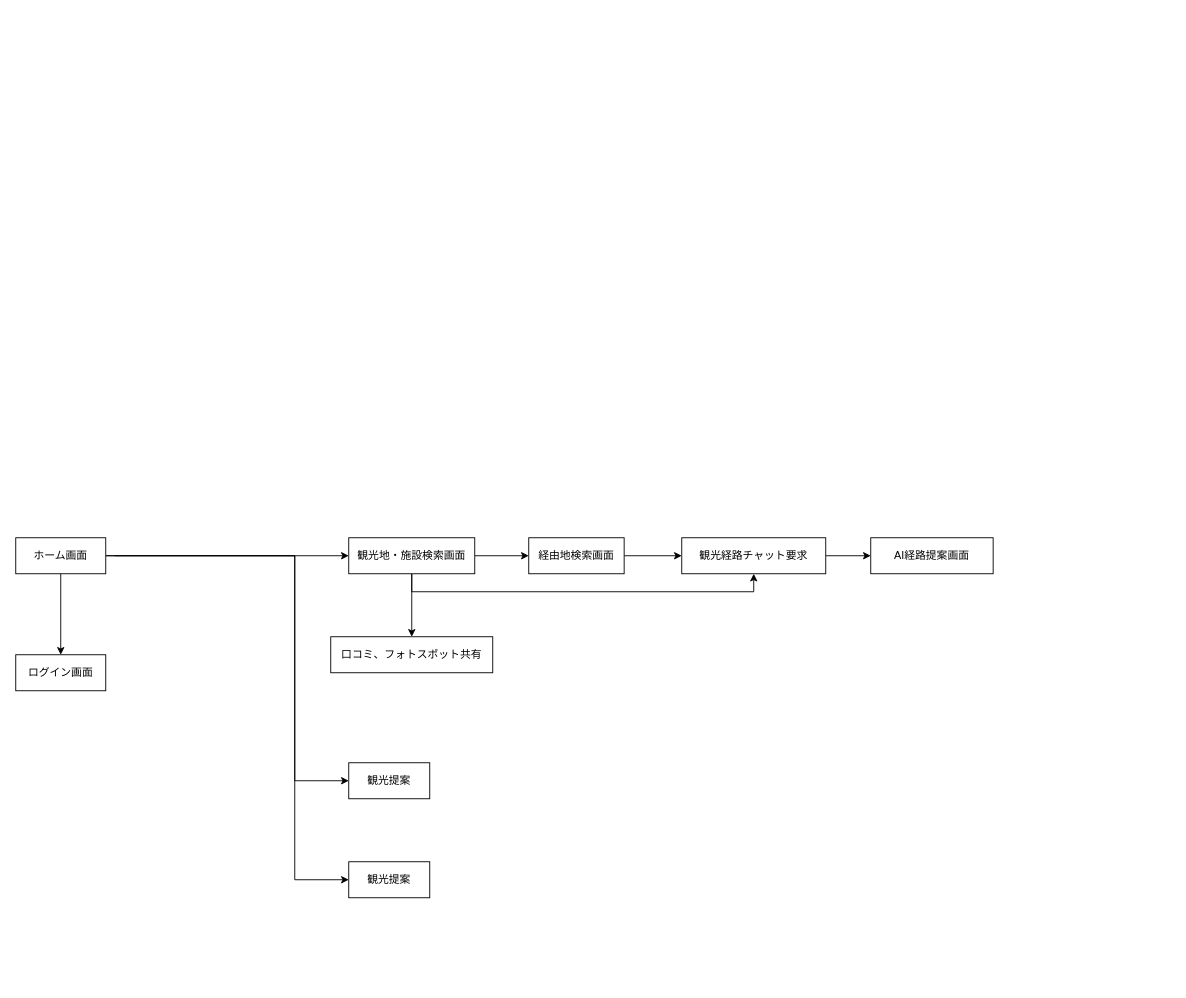
Above: docs/figure/gaibu-screen_transition.drawio in r02092/se2025 (draw.io), before the change. Source tidied: cells renumbered, new cells numbered last; positions are measured from the earlier drawing's top-left corner, leaving out a move shared by most shapes. Both pictures are drawn from the tidied source at 90%, with x=0, y=0 at pixel (15, 537).
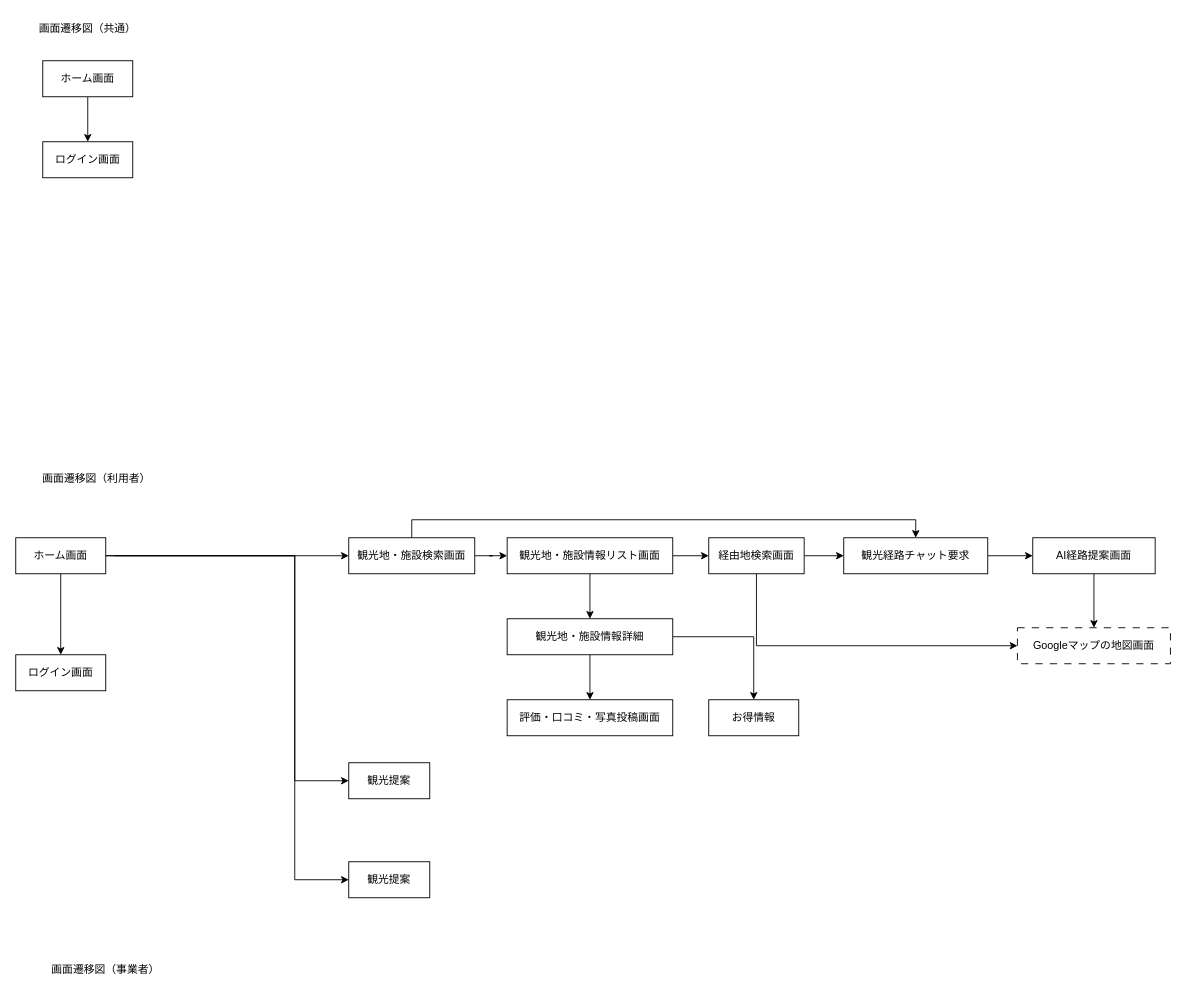
After the change.

Commit message:
画面遷移（利用者）の検索機能とUGC機能などを追加

The change refers to these unchanged cells:
```xml
<mxCell id="11" value="観光地・施設検索画面" style="rounded=0;whiteSpace=wrap;html=1;" parent="1" vertex="1">
  <mxGeometry x="370" width="140" height="40" as="geometry" />
</mxCell>
```

The edit, as a diff of the source:
```diff
@@
-    <mxCell id="8" style="edgeStyle=orthogonalEdgeStyle;rounded=0;jettySize=auto;html=1;" parent="1" edge="1" source="11" target="18">
-      <mxGeometry relative="1" as="geometry" />
-    </mxCell>
+    <mxCell id="10" style="edgeStyle=orthogonalEdgeStyle;rounded=0;jettySize=auto;html=1;entryX=0.5;entryY=0;entryDx=0;entryDy=0;exitX=0.5;exitY=1;exitDx=0;exitDy=0;" parent="1" edge="1" source="27" target="19">
+      <mxGeometry relative="1" as="geometry" />
+    </mxCell>
+    <mxCell id="20" style="edgeStyle=orthogonalEdgeStyle;rounded=0;jettySize=auto;html=1;" parent="1" edge="1" source="11" target="27">
+      <mxGeometry relative="1" as="geometry" />
+    </mxCell>
-    <mxCell id="9" style="edgeStyle=orthogonalEdgeStyle;rounded=0;jettySize=auto;html=1;entryX=0.5;entryY=1;entryDx=0;entryDy=0;exitX=0.5;exitY=1;exitDx=0;exitDy=0;" parent="1" edge="1" source="11" target="13">
+    <mxCell id="9" style="edgeStyle=orthogonalEdgeStyle;rounded=0;jettySize=auto;html=1;entryX=0.5;entryY=0;entryDx=0;entryDy=0;exitX=0.5;exitY=0;exitDx=0;exitDy=0;" parent="1" edge="1" source="11" target="13">
       <mxGeometry relative="1" as="geometry" />
     </mxCell>
-    <mxCell id="10" style="edgeStyle=orthogonalEdgeStyle;rounded=0;jettySize=auto;html=1;entryX=0.5;entryY=0;entryDx=0;entryDy=0;" parent="1" edge="1" source="11" target="19">
-      <mxGeometry relative="1" as="geometry" />
-    </mxCell>
@@
     <mxCell id="13" value="観光経路チャット要求" style="rounded=0;whiteSpace=wrap;html=1;" parent="1" vertex="1">
-      <mxGeometry x="740" width="160" height="40" as="geometry" />
+      <mxGeometry x="920" width="160" height="40" as="geometry" />
     </mxCell>
+    <mxCell id="21" style="edgeStyle=orthogonalEdgeStyle;rounded=0;jettySize=auto;html=1;" parent="1" edge="1" source="14" target="25">
+      <mxGeometry relative="1" as="geometry" />
+    </mxCell>
     <mxCell id="14" value="AI経路提案画面" style="rounded=0;whiteSpace=wrap;html=1;" parent="1" vertex="1">
-      <mxGeometry x="950" width="136" height="40" as="geometry" />
+      <mxGeometry x="1130" width="136" height="40" as="geometry" />
     </mxCell>
@@
+    <mxCell id="22" style="edgeStyle=orthogonalEdgeStyle;rounded=0;jettySize=auto;html=1;entryX=0;entryY=0.5;entryDx=0;entryDy=0;exitX=0.5;exitY=1;exitDx=0;exitDy=0;" parent="1" edge="1" source="18" target="25">
+      <mxGeometry relative="1" as="geometry" />
+    </mxCell>
     <mxCell id="18" value="経由地検索画面" style="rounded=0;whiteSpace=wrap;html=1;" parent="1" vertex="1">
-      <mxGeometry x="570" width="106" height="40" as="geometry" />
+      <mxGeometry x="770" width="106" height="40" as="geometry" />
     </mxCell>
+    <mxCell id="23" style="edgeStyle=orthogonalEdgeStyle;rounded=0;jettySize=auto;html=1;" parent="1" edge="1" source="19" target="28">
+      <mxGeometry relative="1" as="geometry" />
+    </mxCell>
+    <mxCell id="24" style="edgeStyle=orthogonalEdgeStyle;rounded=0;jettySize=auto;html=1;entryX=0.5;entryY=0;entryDx=0;entryDy=0;" parent="1" edge="1" source="19" target="29">
+      <mxGeometry relative="1" as="geometry" />
+    </mxCell>
-    <mxCell id="19" value="口コミ、フォトスポット共有" style="rounded=0;whiteSpace=wrap;html=1;" parent="1" vertex="1">
-      <mxGeometry x="350" y="110" width="180" height="40" as="geometry" />
+    <mxCell id="19" value="観光地・施設情報詳細" style="rounded=0;whiteSpace=wrap;html=1;" parent="1" vertex="1">
+      <mxGeometry x="546" y="90" width="184" height="40" as="geometry" />
     </mxCell>
+    <mxCell id="25" value="Googleマップの地図画面" style="rounded=0;whiteSpace=wrap;html=1;dashed=1;dashPattern=8 8;" parent="1" vertex="1">
+      <mxGeometry x="1113" y="100" width="170" height="40" as="geometry" />
+    </mxCell>
+    <mxCell id="26" style="edgeStyle=orthogonalEdgeStyle;rounded=0;jettySize=auto;html=1;" parent="1" edge="1" source="27" target="18">
+      <mxGeometry relative="1" as="geometry" />
+    </mxCell>
+    <mxCell id="27" value="観光地・施設情報リスト画面" style="rounded=0;whiteSpace=wrap;html=1;" parent="1" vertex="1">
+      <mxGeometry x="546" width="184" height="40" as="geometry" />
+    </mxCell>
+    <mxCell id="28" value="評価・口コミ・写真投稿画面" style="rounded=0;whiteSpace=wrap;html=1;" parent="1" vertex="1">
+      <mxGeometry x="546" y="180" width="184" height="40" as="geometry" />
+    </mxCell>
+    <mxCell id="29" value="お得情報" style="rounded=0;whiteSpace=wrap;html=1;" parent="1" vertex="1">
+      <mxGeometry x="770" y="180" width="100" height="40" as="geometry" />
+    </mxCell>
+    <mxCell id="30" value="画面遷移図（利用者）" style="text;html=1;whiteSpace=wrap;strokeColor=none;fillColor=none;align=center;verticalAlign=middle;rounded=0;" parent="1" vertex="1">
+      <mxGeometry x="10" y="-80" width="160" height="30" as="geometry" />
+    </mxCell>
+    <mxCell id="31" value="画面遷移図（事業者）" style="text;html=1;whiteSpace=wrap;strokeColor=none;fillColor=none;align=center;verticalAlign=middle;rounded=0;" parent="1" vertex="1">
+      <mxGeometry x="20" y="465" width="160" height="30" as="geometry" />
+    </mxCell>
+    <mxCell id="32" value="画面遷移図（共通）" style="text;html=1;whiteSpace=wrap;strokeColor=none;fillColor=none;align=center;verticalAlign=middle;rounded=0;" parent="1" vertex="1">
+      <mxGeometry y="-580" width="160" height="30" as="geometry" />
+    </mxCell>
+    <mxCell id="33" value="ログイン画面" style="rounded=0;whiteSpace=wrap;html=1;" parent="1" vertex="1">
+      <mxGeometry x="30" y="-440" width="100" height="40" as="geometry" />
+    </mxCell>
+    <mxCell id="34" style="edgeStyle=orthogonalEdgeStyle;rounded=0;jettySize=auto;html=1;" parent="1" edge="1" source="35" target="33">
+      <mxGeometry relative="1" as="geometry" />
+    </mxCell>
+    <mxCell id="35" value="ホーム画面" style="rounded=0;whiteSpace=wrap;html=1;" parent="1" vertex="1">
+      <mxGeometry x="30" y="-530" width="100" height="40" as="geometry" />
+    </mxCell>
```
